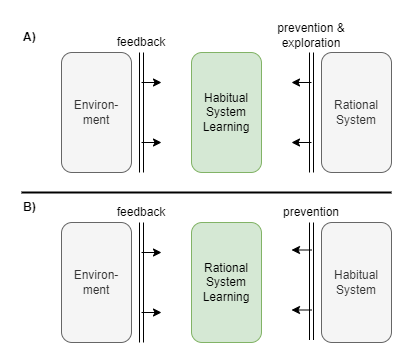
The draw.io diagram files/A-coherent-theory-v1-mm-convergence.drawio.png in malcolmlett/malcolmlett.github.io, before a commit. Source tidied: cells renumbered, new cells last; positions are measured from the earlier drawing's top-left corner, leaving out a move shared by most shapes.
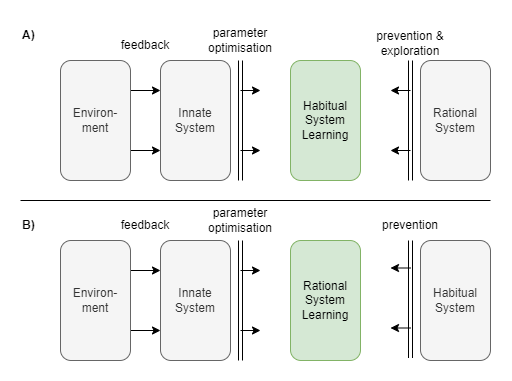
The same diagram one commit later.

Commit message:
Add innate system to convergence diagram

What changed in the source:
```diff
@@ -3,117 +3,142 @@
     <mxCell id="0" />
     <mxCell id="1" parent="0" />
     <mxCell id="2" value="Habitual&lt;br&gt;System&lt;br&gt;Learning" style="rounded=1;whiteSpace=wrap;html=1;fillColor=#d5e8d4;strokeColor=#82b366;" parent="1" vertex="1">
-      <mxGeometry x="170" y="30" width="70" height="120" as="geometry" />
+      <mxGeometry x="260" y="30" width="70" height="120" as="geometry" />
     </mxCell>
     <mxCell id="3" value="Rational&lt;br&gt;System" style="rounded=1;whiteSpace=wrap;html=1;fillColor=#f5f5f5;strokeColor=#666666;fontColor=#333333;" parent="1" vertex="1">
-      <mxGeometry x="300" y="30" width="70" height="120" as="geometry" />
+      <mxGeometry x="390" y="30" width="70" height="120" as="geometry" />
     </mxCell>
-    <mxCell id="4" style="endArrow=none;html=1;rounded=0;shape=link;" parent="1" edge="1">
-      <mxGeometry relative="1" as="geometry">
-        <mxPoint x="120" y="150" as="sourcePoint" />
-        <mxPoint x="120" y="30" as="targetPoint" />
-      </mxGeometry>
-    </mxCell>
-    <mxCell id="5" style="endArrow=classic;html=1;rounded=0;" parent="1" edge="1">
-      <mxGeometry relative="1" as="geometry">
-        <mxPoint x="120" y="60" as="sourcePoint" />
-        <mxPoint x="140" y="60" as="targetPoint" />
-      </mxGeometry>
-    </mxCell>
-    <mxCell id="6" style="endArrow=classic;html=1;rounded=0;" parent="1" edge="1">
-      <mxGeometry relative="1" as="geometry">
-        <mxPoint x="120" y="120" as="sourcePoint" />
-        <mxPoint x="140" y="120" as="targetPoint" />
-      </mxGeometry>
-    </mxCell>
     <mxCell id="7" style="endArrow=none;html=1;rounded=0;shape=link;" parent="1" edge="1">
       <mxGeometry relative="1" as="geometry">
-        <mxPoint x="290" y="150" as="sourcePoint" />
-        <mxPoint x="290" y="30" as="targetPoint" />
+        <mxPoint x="380" y="150" as="sourcePoint" />
+        <mxPoint x="380" y="30" as="targetPoint" />
       </mxGeometry>
     </mxCell>
     <mxCell id="8" style="endArrow=classic;html=1;rounded=0;" parent="1" edge="1">
       <mxGeometry relative="1" as="geometry">
-        <mxPoint x="290" y="60" as="sourcePoint" />
-        <mxPoint x="270" y="60" as="targetPoint" />
+        <mxPoint x="380" y="60" as="sourcePoint" />
+        <mxPoint x="360" y="60" as="targetPoint" />
       </mxGeometry>
     </mxCell>
     <mxCell id="9" style="endArrow=classic;html=1;rounded=0;" parent="1" edge="1">
       <mxGeometry relative="1" as="geometry">
-        <mxPoint x="290" y="120" as="sourcePoint" />
-        <mxPoint x="270" y="120" as="targetPoint" />
+        <mxPoint x="380" y="120" as="sourcePoint" />
+        <mxPoint x="360" y="120" as="targetPoint" />
       </mxGeometry>
     </mxCell>
-    <mxCell id="10" value="Environ-&lt;br&gt;ment" style="rounded=1;whiteSpace=wrap;html=1;fillColor=#f5f5f5;strokeColor=#666666;fontColor=#333333;" parent="1" vertex="1">
-      <mxGeometry x="40" y="30" width="70" height="120" as="geometry" />
-    </mxCell>
     <mxCell id="11" value="A)" style="text;html=1;strokeColor=none;fillColor=none;align=left;verticalAlign=middle;whiteSpace=wrap;rounded=0;fontStyle=1;" parent="1" vertex="1">
-      <mxGeometry width="30" height="30" as="geometry" />
+      <mxGeometry x="-10" y="-10" width="30" height="30" as="geometry" />
     </mxCell>
     <mxCell id="12" value="B)" style="text;html=1;strokeColor=none;fillColor=none;align=left;verticalAlign=middle;whiteSpace=wrap;rounded=0;fontStyle=1;" parent="1" vertex="1">
-      <mxGeometry y="170" width="30" height="30" as="geometry" />
+      <mxGeometry x="-10" y="180" width="30" height="30" as="geometry" />
     </mxCell>
-    <mxCell id="13" style="endArrow=none;html=1;rounded=0;exitX=0;exitY=0;exitDx=0;exitDy=0;strokeWidth=2;" parent="1" edge="1" source="12">
+    <mxCell id="13" style="endArrow=none;html=1;rounded=0;strokeWidth=1;" parent="1" edge="1">
       <mxGeometry relative="1" as="geometry">
-        <mxPoint x="370" y="170" as="targetPoint" />
+        <mxPoint x="-10" y="170" as="sourcePoint" />
+        <mxPoint x="460" y="170" as="targetPoint" />
       </mxGeometry>
     </mxCell>
     <mxCell id="14" value="Rational&lt;br&gt;System&lt;br&gt;Learning" style="rounded=1;whiteSpace=wrap;html=1;fillColor=#d5e8d4;strokeColor=#82b366;" parent="1" vertex="1">
-      <mxGeometry x="170" y="200" width="70" height="120" as="geometry" />
+      <mxGeometry x="260" y="210" width="70" height="120" as="geometry" />
     </mxCell>
     <mxCell id="15" value="Habitual&lt;br&gt;System" style="rounded=1;whiteSpace=wrap;html=1;fillColor=#f5f5f5;strokeColor=#666666;fontColor=#333333;" parent="1" vertex="1">
-      <mxGeometry x="300" y="200" width="70" height="120" as="geometry" />
+      <mxGeometry x="390" y="210" width="70" height="120" as="geometry" />
     </mxCell>
-    <mxCell id="16" value="Environ-&lt;br&gt;ment" style="rounded=1;whiteSpace=wrap;html=1;fillColor=#f5f5f5;strokeColor=#666666;fontColor=#333333;" parent="1" vertex="1">
-      <mxGeometry x="40" y="200" width="70" height="120" as="geometry" />
+    <mxCell id="16" value="Innate&lt;br&gt;System" style="rounded=1;whiteSpace=wrap;html=1;fillColor=#f5f5f5;strokeColor=#666666;fontColor=#333333;" parent="1" vertex="1">
+      <mxGeometry x="130" y="210" width="70" height="120" as="geometry" />
     </mxCell>
     <mxCell id="17" style="endArrow=none;html=1;rounded=0;shape=link;" parent="1" edge="1">
       <mxGeometry relative="1" as="geometry">
-        <mxPoint x="120" y="320" as="sourcePoint" />
-        <mxPoint x="120" y="200" as="targetPoint" />
+        <mxPoint x="210" y="330" as="sourcePoint" />
+        <mxPoint x="210" y="210" as="targetPoint" />
       </mxGeometry>
     </mxCell>
     <mxCell id="18" style="endArrow=classic;html=1;rounded=0;" parent="1" edge="1">
       <mxGeometry relative="1" as="geometry">
-        <mxPoint x="120" y="230" as="sourcePoint" />
-        <mxPoint x="140" y="230" as="targetPoint" />
+        <mxPoint x="210" y="240" as="sourcePoint" />
+        <mxPoint x="230" y="240" as="targetPoint" />
       </mxGeometry>
     </mxCell>
     <mxCell id="19" style="endArrow=classic;html=1;rounded=0;" parent="1" edge="1">
       <mxGeometry relative="1" as="geometry">
-        <mxPoint x="120" y="290" as="sourcePoint" />
-        <mxPoint x="140" y="290" as="targetPoint" />
+        <mxPoint x="210" y="300" as="sourcePoint" />
+        <mxPoint x="230" y="300" as="targetPoint" />
       </mxGeometry>
     </mxCell>
     <mxCell id="20" style="endArrow=none;html=1;rounded=0;shape=link;" parent="1" edge="1">
       <mxGeometry relative="1" as="geometry">
-        <mxPoint x="290" y="317.5" as="sourcePoint" />
-        <mxPoint x="290" y="200" as="targetPoint" />
+        <mxPoint x="380" y="327.5" as="sourcePoint" />
+        <mxPoint x="380" y="210" as="targetPoint" />
       </mxGeometry>
     </mxCell>
     <mxCell id="21" style="endArrow=classic;html=1;rounded=0;" parent="1" edge="1">
       <mxGeometry relative="1" as="geometry">
-        <mxPoint x="290" y="227.5" as="sourcePoint" />
-        <mxPoint x="270" y="227.5" as="targetPoint" />
+        <mxPoint x="380" y="237.5" as="sourcePoint" />
+        <mxPoint x="360" y="237.5" as="targetPoint" />
       </mxGeometry>
     </mxCell>
     <mxCell id="22" style="endArrow=classic;html=1;rounded=0;" parent="1" edge="1">
       <mxGeometry relative="1" as="geometry">
-        <mxPoint x="290" y="287.5" as="sourcePoint" />
-        <mxPoint x="270" y="287.5" as="targetPoint" />
+        <mxPoint x="380" y="297.5" as="sourcePoint" />
+        <mxPoint x="360" y="297.5" as="targetPoint" />
       </mxGeometry>
     </mxCell>
-    <mxCell id="23" value="feedback" style="text;html=1;strokeColor=none;fillColor=none;align=center;verticalAlign=middle;whiteSpace=wrap;rounded=0;" parent="1" vertex="1">
-      <mxGeometry x="90" y="10" width="60" height="20" as="geometry" />
-    </mxCell>
     <mxCell id="24" value="prevention &amp;amp;&lt;br&gt;exploration" style="text;html=1;strokeColor=none;fillColor=none;align=center;verticalAlign=middle;whiteSpace=wrap;rounded=0;" parent="1" vertex="1">
-      <mxGeometry x="250" width="80" height="25" as="geometry" />
+      <mxGeometry x="340" width="80" height="25" as="geometry" />
     </mxCell>
-    <mxCell id="25" value="feedback" style="text;html=1;strokeColor=none;fillColor=none;align=center;verticalAlign=middle;whiteSpace=wrap;rounded=0;" parent="1" vertex="1">
-      <mxGeometry x="90" y="180" width="60" height="20" as="geometry" />
+    <mxCell id="25" value="parameter&lt;br&gt;optimisation" style="text;html=1;strokeColor=none;fillColor=none;align=center;verticalAlign=middle;whiteSpace=wrap;rounded=0;" parent="1" vertex="1">
+      <mxGeometry x="180" y="170" width="60" height="40" as="geometry" />
     </mxCell>
     <mxCell id="26" value="prevention" style="text;html=1;strokeColor=none;fillColor=none;align=center;verticalAlign=middle;whiteSpace=wrap;rounded=0;" parent="1" vertex="1">
-      <mxGeometry x="260" y="180" width="60" height="20" as="geometry" />
+      <mxGeometry x="350" y="180" width="60" height="30" as="geometry" />
     </mxCell>
+    <mxCell id="27" style="edgeStyle=none;rounded=0;jettySize=auto;html=1;entryX=0;entryY=0.25;entryDx=0;entryDy=0;strokeWidth=1;fontSize=12;endArrow=classic;endFill=1;exitX=1;exitY=0.25;exitDx=0;exitDy=0;" parent="1" edge="1" source="29" target="16">
+      <mxGeometry relative="1" as="geometry" />
+    </mxCell>
+    <mxCell id="28" style="edgeStyle=none;rounded=0;jettySize=auto;html=1;entryX=0;entryY=0.75;entryDx=0;entryDy=0;strokeWidth=1;fontSize=12;endArrow=classic;endFill=1;exitX=1;exitY=0.75;exitDx=0;exitDy=0;" parent="1" edge="1" source="29" target="16">
+      <mxGeometry relative="1" as="geometry" />
+    </mxCell>
+    <mxCell id="29" value="Environ-&lt;br&gt;ment" style="rounded=1;whiteSpace=wrap;html=1;fillColor=#f5f5f5;strokeColor=#666666;fontColor=#333333;" parent="1" vertex="1">
+      <mxGeometry x="30" y="210" width="70" height="120" as="geometry" />
+    </mxCell>
+    <mxCell id="30" value="feedback" style="text;html=1;strokeColor=none;fillColor=none;align=center;verticalAlign=middle;whiteSpace=wrap;rounded=0;" parent="1" vertex="1">
+      <mxGeometry x="80" y="180" width="70" height="30" as="geometry" />
+    </mxCell>
+    <mxCell id="31" value="Innate&lt;br&gt;System" style="rounded=1;whiteSpace=wrap;html=1;fillColor=#f5f5f5;strokeColor=#666666;fontColor=#333333;" parent="1" vertex="1">
+      <mxGeometry x="130" y="30" width="70" height="120" as="geometry" />
+    </mxCell>
+    <mxCell id="32" style="endArrow=none;html=1;rounded=0;shape=link;" parent="1" edge="1">
+      <mxGeometry relative="1" as="geometry">
+        <mxPoint x="210" y="150" as="sourcePoint" />
+        <mxPoint x="210" y="30" as="targetPoint" />
+      </mxGeometry>
+    </mxCell>
+    <mxCell id="33" style="endArrow=classic;html=1;rounded=0;" parent="1" edge="1">
+      <mxGeometry relative="1" as="geometry">
+        <mxPoint x="210" y="60" as="sourcePoint" />
+        <mxPoint x="230" y="60" as="targetPoint" />
+      </mxGeometry>
+    </mxCell>
+    <mxCell id="34" style="endArrow=classic;html=1;rounded=0;" parent="1" edge="1">
+      <mxGeometry relative="1" as="geometry">
+        <mxPoint x="210" y="120" as="sourcePoint" />
+        <mxPoint x="230" y="120" as="targetPoint" />
+      </mxGeometry>
+    </mxCell>
+    <mxCell id="35" value="parameter&lt;br&gt;optimisation" style="text;html=1;strokeColor=none;fillColor=none;align=center;verticalAlign=middle;whiteSpace=wrap;rounded=0;" parent="1" vertex="1">
+      <mxGeometry x="180" y="-10" width="60" height="40" as="geometry" />
+    </mxCell>
+    <mxCell id="36" style="edgeStyle=none;rounded=0;jettySize=auto;html=1;entryX=0;entryY=0.25;entryDx=0;entryDy=0;strokeWidth=1;fontSize=12;endArrow=classic;endFill=1;exitX=1;exitY=0.25;exitDx=0;exitDy=0;" parent="1" edge="1" source="38" target="31">
+      <mxGeometry relative="1" as="geometry" />
+    </mxCell>
+    <mxCell id="37" style="edgeStyle=none;rounded=0;jettySize=auto;html=1;entryX=0;entryY=0.75;entryDx=0;entryDy=0;strokeWidth=1;fontSize=12;endArrow=classic;endFill=1;exitX=1;exitY=0.75;exitDx=0;exitDy=0;" parent="1" edge="1" source="38" target="31">
+      <mxGeometry relative="1" as="geometry" />
+    </mxCell>
+    <mxCell id="38" value="Environ-&lt;br&gt;ment" style="rounded=1;whiteSpace=wrap;html=1;fillColor=#f5f5f5;strokeColor=#666666;fontColor=#333333;" parent="1" vertex="1">
+      <mxGeometry x="30" y="30" width="70" height="120" as="geometry" />
+    </mxCell>
+    <mxCell id="39" value="feedback" style="text;html=1;strokeColor=none;fillColor=none;align=center;verticalAlign=middle;whiteSpace=wrap;rounded=0;" parent="1" vertex="1">
+      <mxGeometry x="80" width="70" height="30" as="geometry" />
+    </mxCell>
   </root>
 </mxGraphModel>
```
